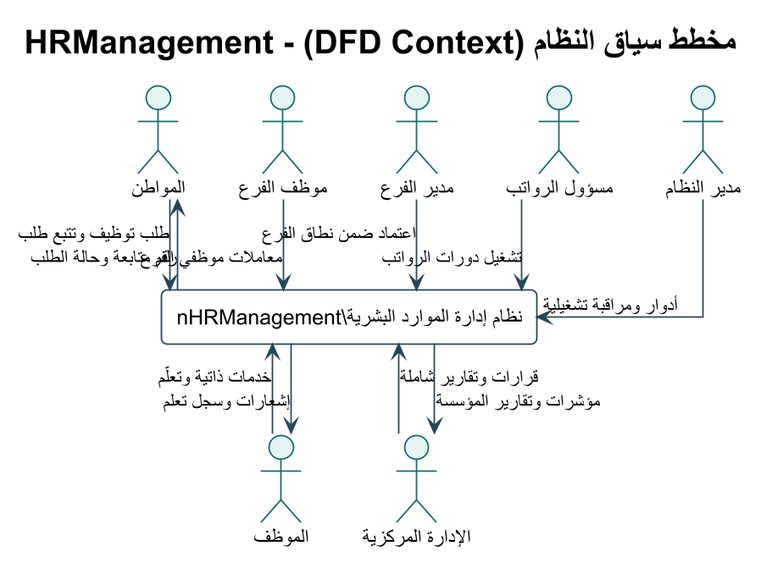
Above: docs/thesis_diagrams/rendered/01_dfd_context.png in omardefdev/HRManagement (PlantUML), before the change.
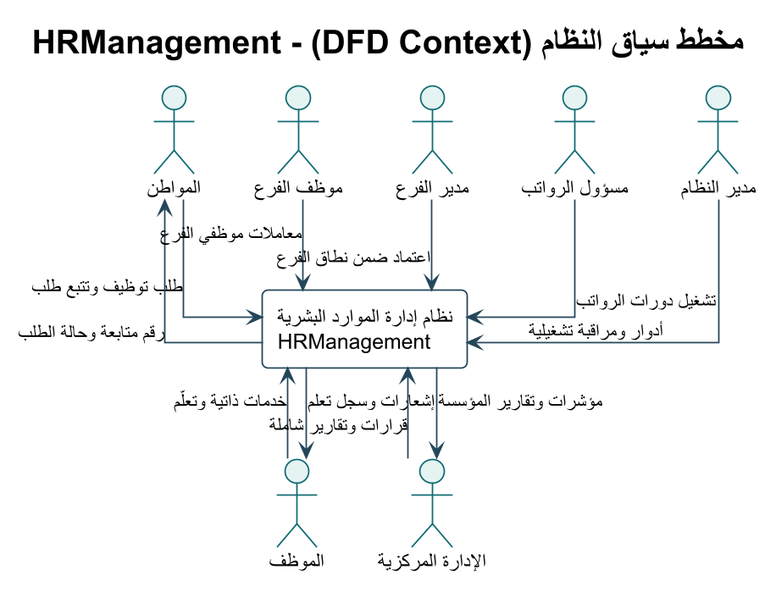
Later version of the same file.

Change to the diagram source:
```diff
@@ -29,7 +29,7 @@
 actor "الإدارة المركزية" as Central
 actor "مسؤول الرواتب" as Payroll
 actor "مدير النظام" as Admin
-rectangle "نظام إدارة الموارد البشرية\\nHRManagement" as System
+rectangle "نظام إدارة الموارد البشرية\nHRManagement" as System
 Citizen --> System : طلب توظيف وتتبع طلب
 Employee --> System : خدمات ذاتية وتعلّم
 BranchHr --> System : معاملات موظفي الفرع
```
